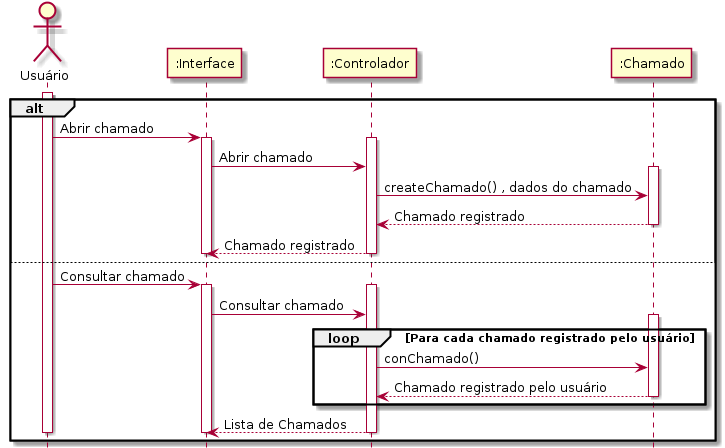
This is doc/uml/sequencia/chamados.png from VictorCarlquist/HelpMeNow, a PlantUML export, as it was before one commit. Source of this version:
```plantuml
@startuml

	hide footbox
	actor "Usuário"

		activate "Usuário"
	alt
			"Usuário" -> ":Interface" : Abrir chamado
			activate ":Interface"
				activate ":Controlador"
					":Interface" -> ":Controlador" : Abrir chamado
					activate ":Chamado"
						":Controlador" -> ":Chamado" : createChamado() , dados do chamado
						":Chamado" --> ":Controlador" : Chamado registrado
					deactivate ":Chamado"
					":Controlador" --> ":Interface" : Chamado registrado
				deactivate ":Controlador"
			deactivate ":Interface"

	else

			"Usuário" -> ":Interface" : Consultar chamado
			activate ":Interface"
				activate ":Controlador"
					":Interface" -> ":Controlador" : Consultar chamado
					activate ":Chamado"
						loop Para cada chamado registrado pelo usuário
							":Controlador" -> ":Chamado" : conChamado()
							":Chamado" --> ":Controlador" : Chamado registrado pelo usuário
						end
					deactivate ":Chamado"
					":Controlador" --> ":Interface" : Lista de Chamados
				deactivate ":Controlador"
			deactivate ":Interface"
		deactivate "Usuário"
	end
@enduml
```
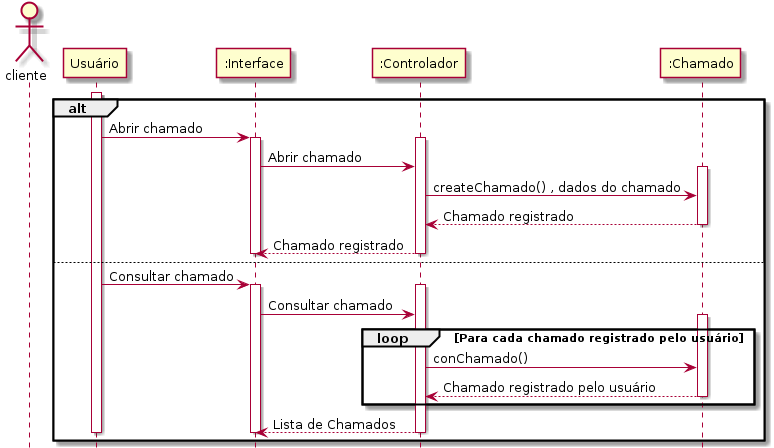
The same file after the commit.

Commit message:
modificação , diagrama de sequencia, chamados, de usuário para cliente

What changed in the source:
```diff
@@ -1,7 +1,7 @@
 @startuml
 
 	hide footbox
-	actor "Usuário"
+	actor cliente as cliente
 
 		activate "Usuário"
 	alt
```
